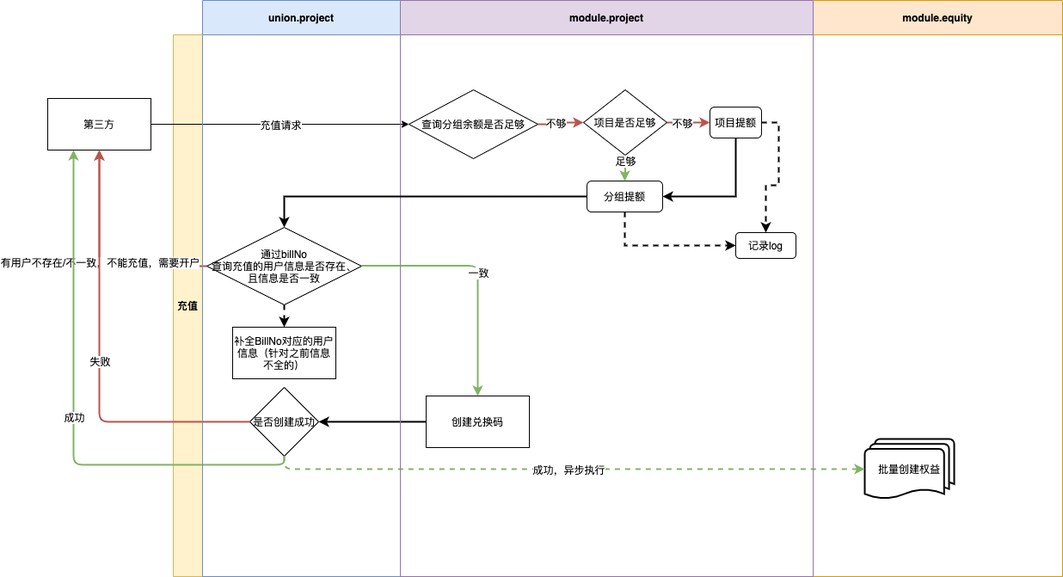
This is 充值.png from zuoqiang320/uniondrug, a draw.io export, as it was before one commit. Source tidied: cells renumbered, new cells last; positions are measured from the earlier drawing's top-left corner, leaving out a move shared by most shapes.
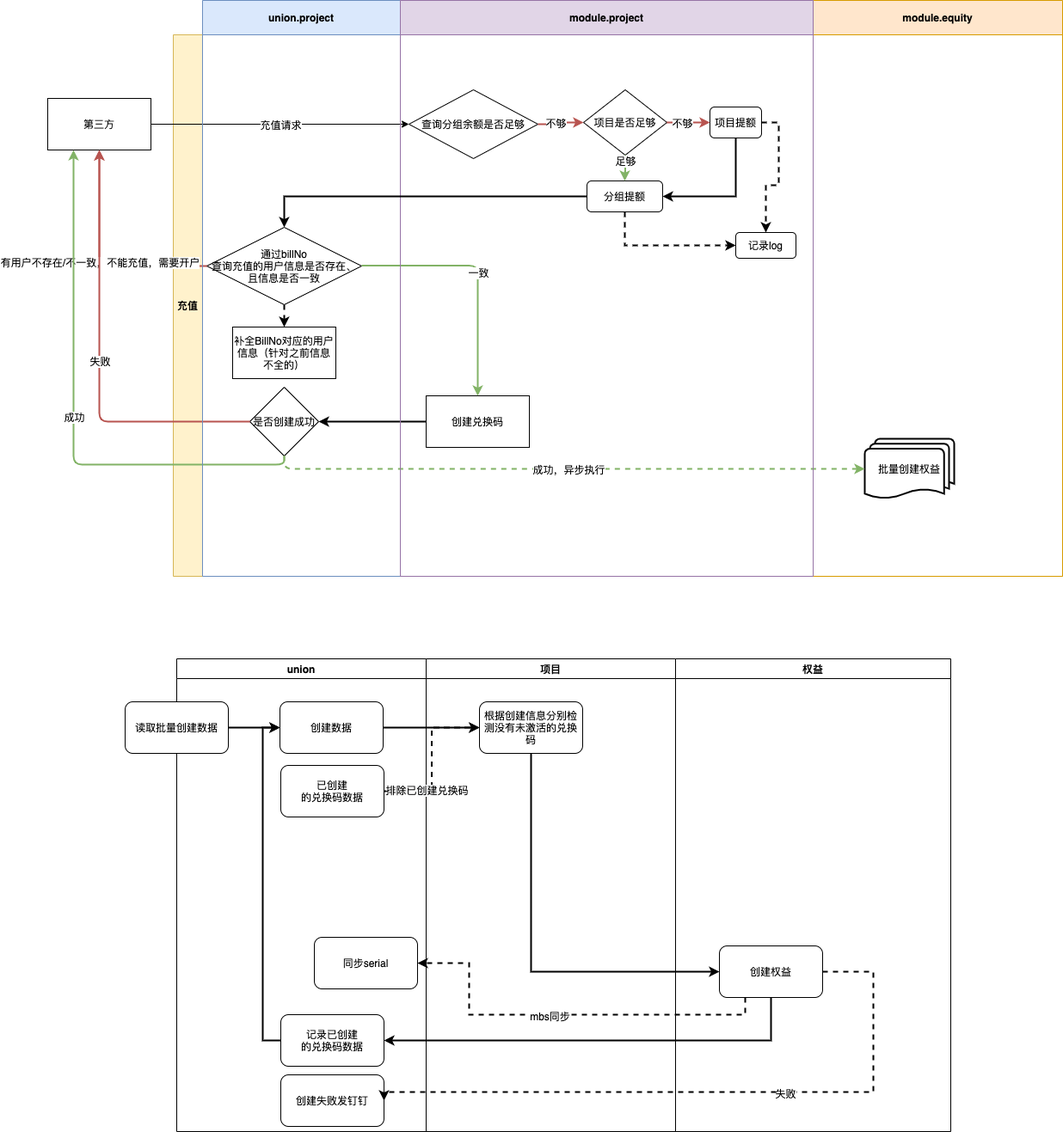
Above is the later version.

The edit, as a diff of the source:
```diff
@@ -130,5 +130,82 @@
     <mxCell id="40" style="edgeStyle=orthogonalEdgeStyle;rounded=0;jettySize=auto;html=1;exitX=0;exitY=0.5;exitDx=0;exitDy=0;entryX=0.5;entryY=0;entryDx=0;entryDy=0;strokeWidth=2;" parent="1" edge="1" source="16" target="3">
       <mxGeometry relative="1" as="geometry" />
     </mxCell>
+    <mxCell id="41" value="权益" style="swimlane;" parent="1" vertex="1">
+      <mxGeometry x="730" y="766" width="320" height="550" as="geometry" />
+    </mxCell>
+    <mxCell id="42" value="创建权益" style="rounded=1;whiteSpace=wrap;html=1;" parent="41" vertex="1">
+      <mxGeometry x="51" y="334" width="120" height="60" as="geometry" />
+    </mxCell>
+    <mxCell id="43" value="项目" style="swimlane;" parent="1" vertex="1">
+      <mxGeometry x="440" y="766" width="290" height="550" as="geometry" />
+    </mxCell>
+    <mxCell id="44" value="&lt;span&gt;根据&lt;/span&gt;创建&lt;span&gt;信息分别检测没有未激活的兑换码&lt;/span&gt;" style="rounded=1;whiteSpace=wrap;html=1;" parent="43" vertex="1">
+      <mxGeometry x="62" y="50" width="120" height="60" as="geometry" />
+    </mxCell>
+    <mxCell id="45" style="edgeStyle=orthogonalEdgeStyle;rounded=0;jettySize=auto;html=1;exitX=1;exitY=0.5;exitDx=0;exitDy=0;strokeWidth=2;entryX=0;entryY=0.5;entryDx=0;entryDy=0;" parent="1" edge="1" source="46" target="44">
+      <mxGeometry relative="1" as="geometry" />
+    </mxCell>
+    <mxCell id="46" value="创建数据" style="rounded=1;whiteSpace=wrap;html=1;" parent="1" vertex="1">
+      <mxGeometry x="270" y="816" width="120" height="60" as="geometry" />
+    </mxCell>
+    <mxCell id="47" value="union" style="swimlane;" parent="1" vertex="1">
+      <mxGeometry x="150" y="766" width="290" height="550" as="geometry" />
+    </mxCell>
+    <mxCell id="48" value="记录已创建&lt;br&gt;的兑换码数据" style="rounded=1;whiteSpace=wrap;html=1;" parent="47" vertex="1">
+      <mxGeometry x="121" y="414" width="120" height="60" as="geometry" />
+    </mxCell>
+    <mxCell id="49" value="读取批量创建数据" style="rounded=1;whiteSpace=wrap;html=1;" parent="47" vertex="1">
+      <mxGeometry x="-60" y="50" width="120" height="60" as="geometry" />
+    </mxCell>
+    <mxCell id="50" value="创建失败发钉钉" style="rounded=1;whiteSpace=wrap;html=1;" parent="47" vertex="1">
+      <mxGeometry x="121" y="484" width="120" height="60" as="geometry" />
+    </mxCell>
+    <mxCell id="51" value="已创建&lt;br&gt;的兑换码数据" style="rounded=1;whiteSpace=wrap;html=1;" parent="47" vertex="1">
+      <mxGeometry x="121" y="124" width="120" height="60" as="geometry" />
+    </mxCell>
+    <mxCell id="52" value="同步serial" style="rounded=1;whiteSpace=wrap;html=1;" parent="47" vertex="1">
+      <mxGeometry x="160" y="324" width="120" height="60" as="geometry" />
+    </mxCell>
+    <mxCell id="53" style="edgeStyle=orthogonalEdgeStyle;rounded=0;jettySize=auto;html=1;exitX=1;exitY=0.5;exitDx=0;exitDy=0;strokeWidth=2;" parent="1" edge="1" source="49" target="46">
+      <mxGeometry relative="1" as="geometry" />
+    </mxCell>
+    <mxCell id="54" style="edgeStyle=orthogonalEdgeStyle;rounded=0;jettySize=auto;html=1;exitX=0;exitY=0.5;exitDx=0;exitDy=0;entryX=0;entryY=0.5;entryDx=0;entryDy=0;strokeWidth=2;" parent="1" edge="1" source="48" target="46">
+      <mxGeometry relative="1" as="geometry" />
+    </mxCell>
+    <mxCell id="55" style="edgeStyle=orthogonalEdgeStyle;rounded=0;jettySize=auto;html=1;exitX=1;exitY=0.5;exitDx=0;exitDy=0;entryX=1;entryY=0.5;entryDx=0;entryDy=0;strokeWidth=2;dashed=1;" parent="1" edge="1" source="42" target="50">
+      <mxGeometry relative="1" as="geometry">
+        <Array as="points">
+          <mxPoint x="960" y="1130" />
+          <mxPoint x="960" y="1270" />
+        </Array>
+      </mxGeometry>
+    </mxCell>
+    <mxCell id="56" value="失败" style="edgeLabel;html=1;align=center;verticalAlign=middle;" parent="55" vertex="1">
+      <mxGeometry x="-0.22" y="1" relative="1" as="geometry" />
+    </mxCell>
+    <mxCell id="57" style="edgeStyle=orthogonalEdgeStyle;rounded=0;jettySize=auto;html=1;exitX=1;exitY=0.5;exitDx=0;exitDy=0;entryX=0;entryY=0.5;entryDx=0;entryDy=0;dashed=1;strokeWidth=2;" parent="1" edge="1" source="51" target="44">
+      <mxGeometry relative="1" as="geometry" />
+    </mxCell>
+    <mxCell id="58" value="排除已&lt;span style=&quot;font-size: 12px ; background-color: rgb(248 , 249 , 250)&quot;&gt;创建&lt;/span&gt;兑换码" style="edgeLabel;html=1;align=center;verticalAlign=middle;" parent="57" vertex="1">
+      <mxGeometry x="-0.47" y="2" relative="1" as="geometry" />
+    </mxCell>
+    <mxCell id="59" style="edgeStyle=orthogonalEdgeStyle;rounded=0;jettySize=auto;html=1;exitX=0.5;exitY=1;exitDx=0;exitDy=0;strokeWidth=2;entryX=0;entryY=0.5;entryDx=0;entryDy=0;" parent="1" edge="1" source="44" target="42">
+      <mxGeometry relative="1" as="geometry" />
+    </mxCell>
+    <mxCell id="60" style="edgeStyle=orthogonalEdgeStyle;rounded=0;jettySize=auto;html=1;exitX=0.5;exitY=1;exitDx=0;exitDy=0;entryX=1;entryY=0.5;entryDx=0;entryDy=0;strokeWidth=2;" parent="1" edge="1" source="42" target="48">
+      <mxGeometry relative="1" as="geometry" />
+    </mxCell>
+    <mxCell id="61" style="edgeStyle=orthogonalEdgeStyle;rounded=0;jettySize=auto;html=1;exitX=0.25;exitY=1;exitDx=0;exitDy=0;entryX=1;entryY=0.5;entryDx=0;entryDy=0;dashed=1;strokeWidth=2;" parent="1" edge="1" source="42" target="52">
+      <mxGeometry relative="1" as="geometry">
+        <Array as="points">
+          <mxPoint x="811" y="1180" />
+          <mxPoint x="490" y="1180" />
+          <mxPoint x="490" y="1120" />
+        </Array>
+      </mxGeometry>
+    </mxCell>
+    <mxCell id="62" value="mbs同步" style="edgeLabel;html=1;align=center;verticalAlign=middle;" parent="61" vertex="1">
+      <mxGeometry x="0.08" y="1" relative="1" as="geometry" />
+    </mxCell>
   </root>
 </mxGraphModel>
```
